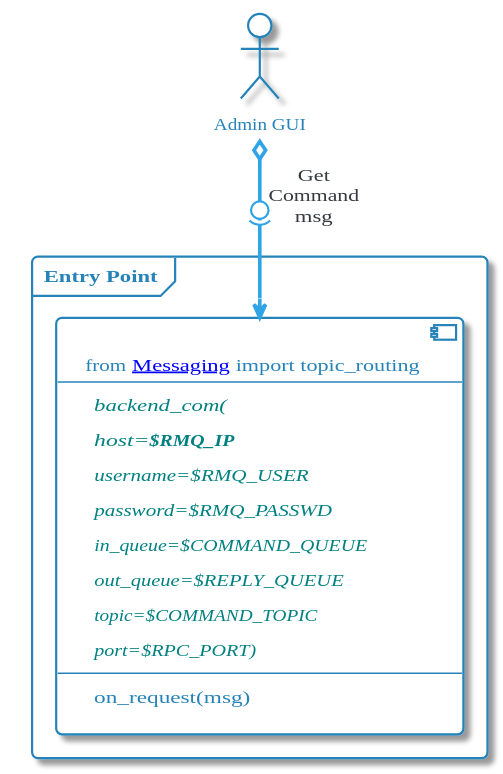
Above: images/plantuml/Admin/admin/Admin_EntryPoint.svg in momenttech/maestro-architecture (PlantUML), before the change.
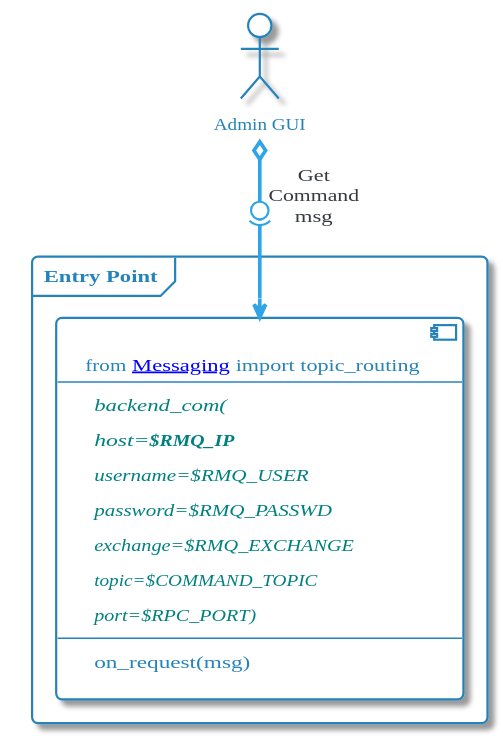
The same diagram one commit later.

Commit message:
updated exchange configuration

Change to the diagram source:
```diff
@@ -425,8 +425,7 @@
                 <i><color:teal>host=<b>$RMQ_IP</b></color></i>
                 <i><color:teal>username=$RMQ_USER</color></i>
                 <i><color:teal>password=$RMQ_PASSWD</color></i>
-                <i><color:teal>in_queue=$COMMAND_QUEUE</color></i>
-                <i><color:teal>out_queue=$REPLY_QUEUE</color></i>
+                <i><color:teal>exchange=$RMQ_EXCHANGE</color></i>
                 <i><color:teal>topic=$COMMAND_TOPIC</color></i>
                 <i><color:teal>port=$RPC_PORT)</color></i>
                 ----
```
